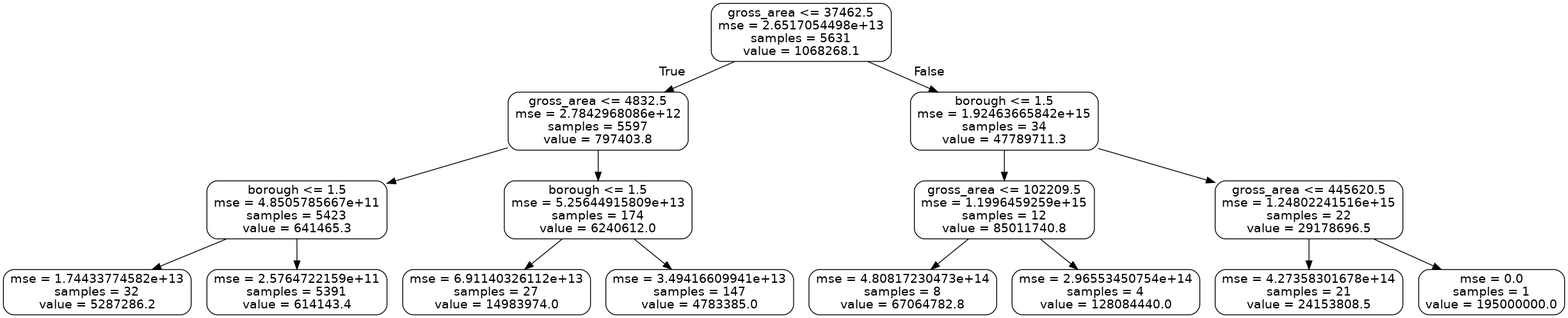
Earlier version of the Graphviz export Project2/small_tree.png (fegan104/cs586-team2). Its source is kept beside it as Project2/small_tree.dot.
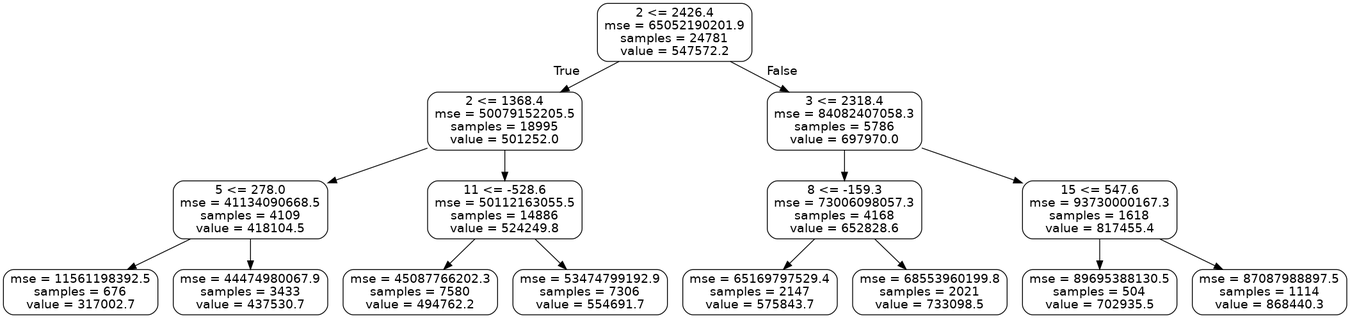
After the change.

Change to the diagram source:
```diff
@@ -1,33 +1,33 @@
 digraph Tree {
 node [shape=box, style="rounded", color="black", fontname=helvetica] ;
 edge [fontname=helvetica] ;
-0 [label="gross_area <= 37462.5\nmse = 2.6517054498e+13\nsamples = 5631\nvalue = 1068268.1"] ;
-1 [label="gross_area <= 4832.5\nmse = 2.7842968086e+12\nsamples = 5597\nvalue = 797403.8"] ;
+0 [label="2 <= 2426.4\nmse = 65052190201.9\nsamples = 24781\nvalue = 547572.2"] ;
+1 [label="2 <= 1368.4\nmse = 50079152205.5\nsamples = 18995\nvalue = 501252.0"] ;
 0 -> 1 [labeldistance=2.5, labelangle=45, headlabel="True"] ;
-2 [label="borough <= 1.5\nmse = 4.8505785667e+11\nsamples = 5423\nvalue = 641465.3"] ;
+2 [label="5 <= 278.0\nmse = 41134090668.5\nsamples = 4109\nvalue = 418104.5"] ;
 1 -> 2 ;
-3 [label="mse = 1.74433774582e+13\nsamples = 32\nvalue = 5287286.2"] ;
+3 [label="mse = 11561198392.5\nsamples = 676\nvalue = 317002.7"] ;
 2 -> 3 ;
-4 [label="mse = 2.5764722159e+11\nsamples = 5391\nvalue = 614143.4"] ;
+4 [label="mse = 44474980067.9\nsamples = 3433\nvalue = 437530.7"] ;
 2 -> 4 ;
-5 [label="borough <= 1.5\nmse = 5.25644915809e+13\nsamples = 174\nvalue = 6240612.0"] ;
+5 [label="11 <= -528.6\nmse = 50112163055.5\nsamples = 14886\nvalue = 524249.8"] ;
 1 -> 5 ;
-6 [label="mse = 6.91140326112e+13\nsamples = 27\nvalue = 14983974.0"] ;
+6 [label="mse = 45087766202.3\nsamples = 7580\nvalue = 494762.2"] ;
 5 -> 6 ;
-7 [label="mse = 3.49416609941e+13\nsamples = 147\nvalue = 4783385.0"] ;
+7 [label="mse = 53474799192.9\nsamples = 7306\nvalue = 554691.7"] ;
 5 -> 7 ;
-8 [label="borough <= 1.5\nmse = 1.92463665842e+15\nsamples = 34\nvalue = 47789711.3"] ;
+8 [label="3 <= 2318.4\nmse = 84082407058.3\nsamples = 5786\nvalue = 697970.0"] ;
 0 -> 8 [labeldistance=2.5, labelangle=-45, headlabel="False"] ;
-9 [label="gross_area <= 102209.5\nmse = 1.1996459259e+15\nsamples = 12\nvalue = 85011740.8"] ;
+9 [label="8 <= -159.3\nmse = 73006098057.3\nsamples = 4168\nvalue = 652828.6"] ;
 8 -> 9 ;
-10 [label="mse = 4.80817230473e+14\nsamples = 8\nvalue = 67064782.8"] ;
+10 [label="mse = 65169797529.4\nsamples = 2147\nvalue = 575843.7"] ;
 9 -> 10 ;
-11 [label="mse = 2.96553450754e+14\nsamples = 4\nvalue = 128084440.0"] ;
+11 [label="mse = 68553960199.8\nsamples = 2021\nvalue = 733098.5"] ;
 9 -> 11 ;
-12 [label="gross_area <= 445620.5\nmse = 1.24802241516e+15\nsamples = 22\nvalue = 29178696.5"] ;
+12 [label="15 <= 547.6\nmse = 93730000167.3\nsamples = 1618\nvalue = 817455.4"] ;
 8 -> 12 ;
-13 [label="mse = 4.27358301678e+14\nsamples = 21\nvalue = 24153808.5"] ;
+13 [label="mse = 89695388130.5\nsamples = 504\nvalue = 702935.5"] ;
 12 -> 13 ;
-14 [label="mse = 0.0\nsamples = 1\nvalue = 195000000.0"] ;
+14 [label="mse = 87087988897.5\nsamples = 1114\nvalue = 868440.3"] ;
 12 -> 14 ;
 }
```
